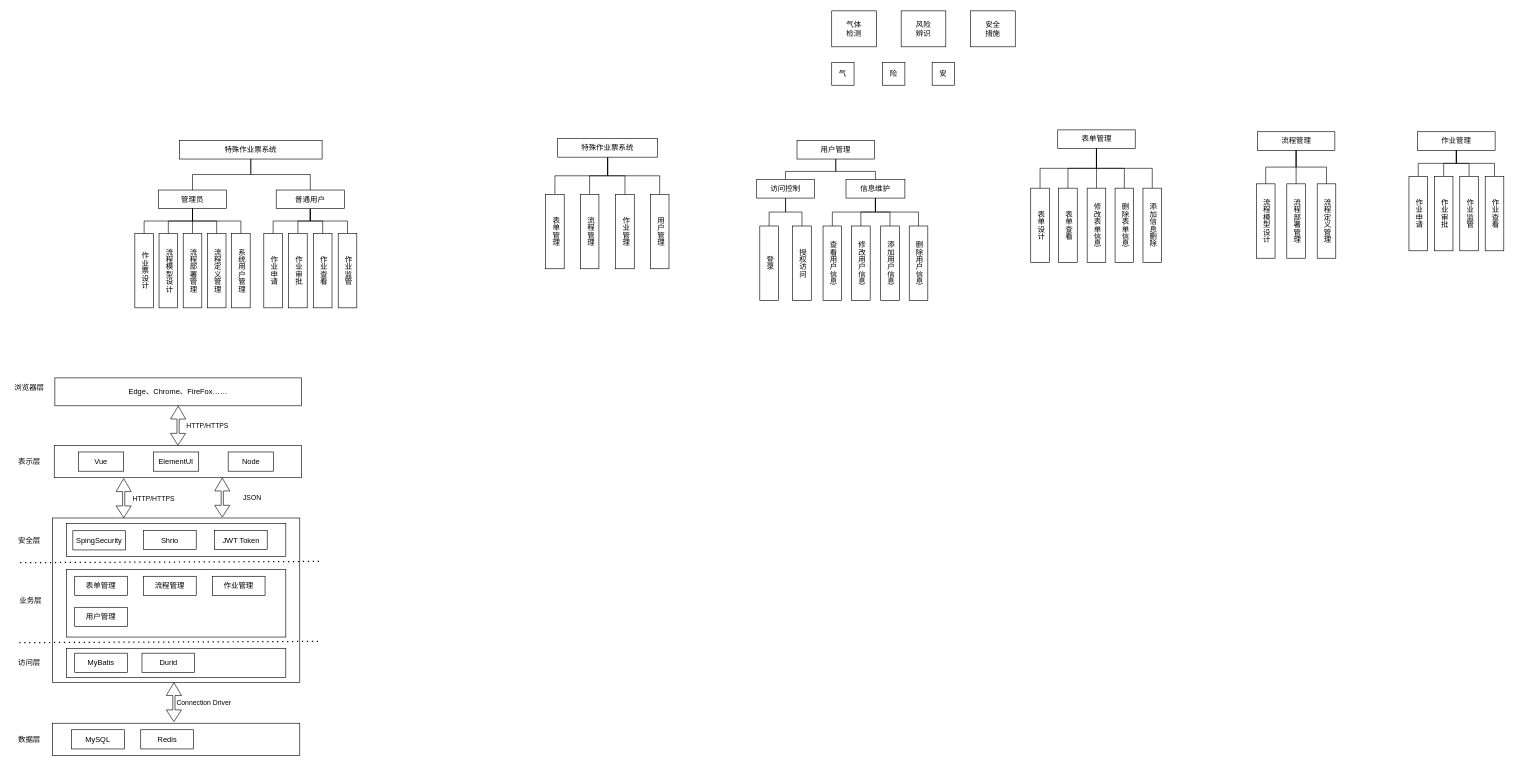
This is 毕设.drawio from linf04/draw.io, a draw.io file, before an edit. Source tidied: cells renumbered, new cells numbered last; positions are measured from the earlier drawing's top-left corner, leaving out a move shared by most shapes. Both pictures are drawn from the tidied source at 62%, with x=0, y=0 at pixel (11, 11).
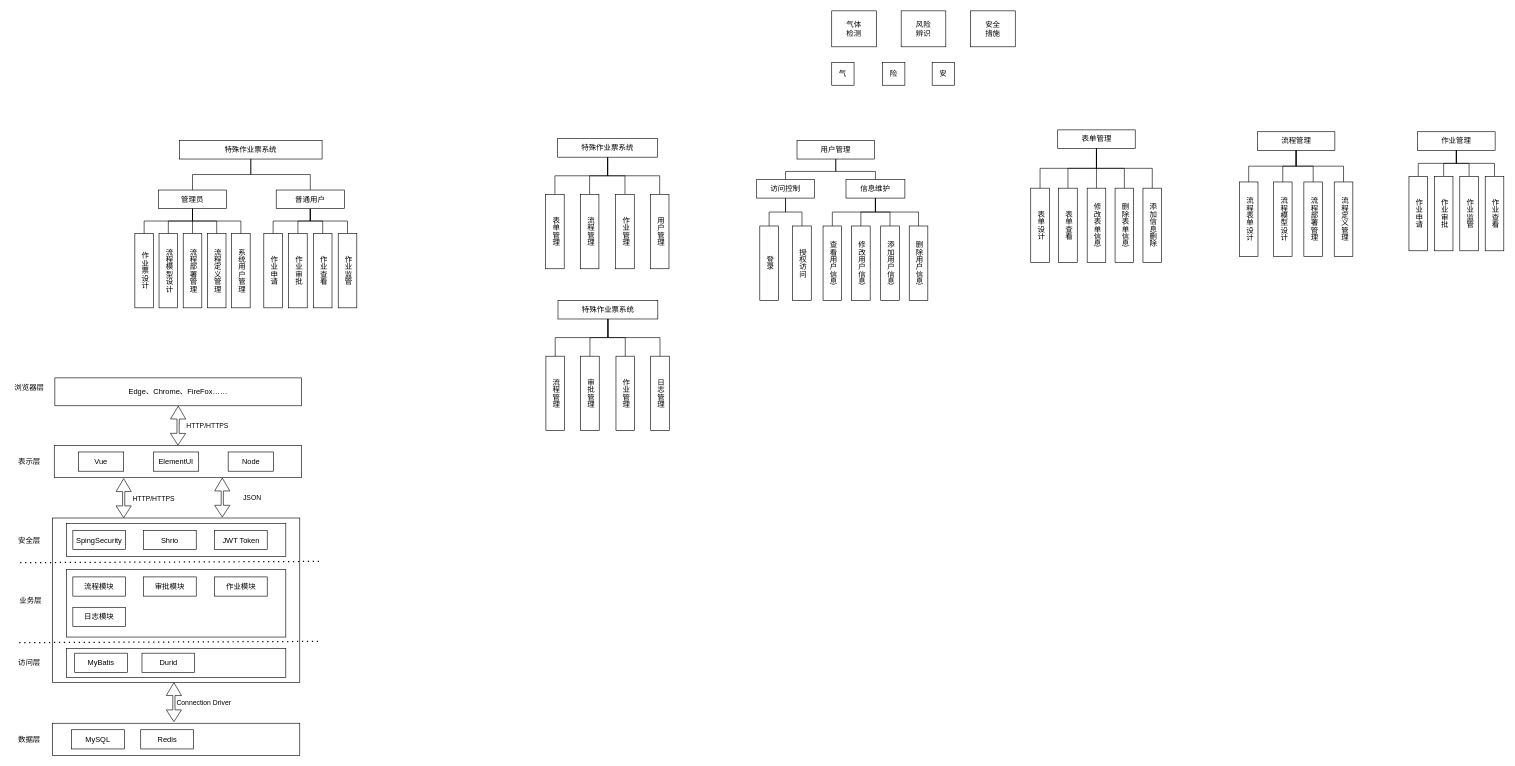
The same diagram, later.

Unchanged cells that the change refers to:
```xml
<mxCell id="99" value="流程管理" style="rounded=0;whiteSpace=wrap;html=1;" parent="1" vertex="1">
  <mxGeometry x="2010.5" y="195" width="125" height="30" as="geometry" />
</mxCell>
```

What changed in the source:
```diff
@@
     <mxCell id="37" value="SpingSecurity" style="rounded=0;whiteSpace=wrap;html=1;" parent="1" vertex="1">
-      <mxGeometry x="100" y="838.5" width="85" height="31" as="geometry" />
+      <mxGeometry x="100" y="838" width="85" height="31" as="geometry" />
     </mxCell>
@@
-    <mxCell id="44" value="表单管理" style="rounded=0;whiteSpace=wrap;html=1;" parent="1" vertex="1">
-      <mxGeometry x="103" y="912" width="85" height="31" as="geometry" />
-    </mxCell>
-    <mxCell id="45" value="流程管理" style="rounded=0;whiteSpace=wrap;html=1;" parent="1" vertex="1">
-      <mxGeometry x="214" y="912" width="85" height="31" as="geometry" />
+    <mxCell id="45" value="流程模块" style="rounded=0;whiteSpace=wrap;html=1;" parent="1" vertex="1">
+      <mxGeometry x="100" y="913" width="85" height="31" as="geometry" />
     </mxCell>
-    <mxCell id="46" value="作业管理" style="rounded=0;whiteSpace=wrap;html=1;" parent="1" vertex="1">
-      <mxGeometry x="325" y="912" width="85" height="31" as="geometry" />
-    </mxCell>
-    <mxCell id="47" value="用户管理" style="rounded=0;whiteSpace=wrap;html=1;" parent="1" vertex="1">
-      <mxGeometry x="103" y="962" width="85" height="31" as="geometry" />
-    </mxCell>
@@
+    <mxCell id="121" style="edgeStyle=orthogonalEdgeStyle;rounded=0;jettySize=auto;html=1;endArrow=none;startFill=0;exitX=0.5;exitY=1;exitDx=0;exitDy=0;" parent="1" edge="1" source="99" target="133">
+      <mxGeometry relative="1" as="geometry" />
+    </mxCell>
@@
     <mxCell id="101" value="流程模型设计" style="rounded=0;whiteSpace=wrap;verticalAlign=middle;textDirection=vertical-lr;labelPosition=center;verticalLabelPosition=middle;align=center;html=1;" parent="1" vertex="1">
-      <mxGeometry x="2009" y="279" width="30" height="120" as="geometry" />
+      <mxGeometry x="2036.5" y="276" width="30" height="120" as="geometry" />
     </mxCell>
@@
     <mxCell id="103" value="流程部署管理" style="rounded=0;whiteSpace=wrap;verticalAlign=middle;textDirection=vertical-lr;labelPosition=center;verticalLabelPosition=middle;align=center;html=1;" parent="1" vertex="1">
-      <mxGeometry x="2058" y="279" width="30" height="120" as="geometry" />
+      <mxGeometry x="2085.5" y="276" width="30" height="120" as="geometry" />
     </mxCell>
@@
     <mxCell id="105" value="流程定义管理" style="rounded=0;whiteSpace=wrap;verticalAlign=middle;textDirection=vertical-lr;labelPosition=center;verticalLabelPosition=middle;align=center;html=1;" parent="1" vertex="1">
-      <mxGeometry x="2107" y="279" width="30" height="120" as="geometry" />
+      <mxGeometry x="2134.5" y="276" width="30" height="120" as="geometry" />
     </mxCell>
@@
+    <mxCell id="122" value="审批模块" style="rounded=0;whiteSpace=wrap;html=1;" parent="1" vertex="1">
+      <mxGeometry x="214" y="913" width="85" height="31" as="geometry" />
+    </mxCell>
+    <mxCell id="123" value="作业模块" style="rounded=0;whiteSpace=wrap;html=1;" parent="1" vertex="1">
+      <mxGeometry x="328.5" y="913" width="85" height="31" as="geometry" />
+    </mxCell>
+    <mxCell id="124" value="日志模块" style="rounded=0;whiteSpace=wrap;html=1;" parent="1" vertex="1">
+      <mxGeometry x="100" y="962" width="85" height="31" as="geometry" />
+    </mxCell>
+    <mxCell id="125" style="edgeStyle=orthogonalEdgeStyle;rounded=0;jettySize=auto;html=1;exitX=0.5;exitY=1;exitDx=0;exitDy=0;entryX=0.5;entryY=0;entryDx=0;entryDy=0;endArrow=none;endFill=0;" parent="1" edge="1" source="129" target="130">
+      <mxGeometry relative="1" as="geometry" />
+    </mxCell>
+    <mxCell id="126" style="edgeStyle=orthogonalEdgeStyle;rounded=0;jettySize=auto;html=1;exitX=0.5;exitY=1;exitDx=0;exitDy=0;entryX=0.5;entryY=0;entryDx=0;entryDy=0;endArrow=none;endFill=0;" parent="1" edge="1" source="129" target="131">
+      <mxGeometry relative="1" as="geometry" />
+    </mxCell>
+    <mxCell id="127" style="edgeStyle=orthogonalEdgeStyle;rounded=0;jettySize=auto;html=1;exitX=0.5;exitY=1;exitDx=0;exitDy=0;entryX=0.5;entryY=0;entryDx=0;entryDy=0;endArrow=none;endFill=0;" parent="1" edge="1" source="129" target="46">
+      <mxGeometry relative="1" as="geometry" />
+    </mxCell>
+    <mxCell id="128" style="edgeStyle=orthogonalEdgeStyle;rounded=0;jettySize=auto;html=1;exitX=0.5;exitY=1;exitDx=0;exitDy=0;endArrow=none;endFill=0;" parent="1" edge="1" source="129" target="132">
+      <mxGeometry relative="1" as="geometry" />
+    </mxCell>
+    <mxCell id="129" value="特殊作业票系统" style="rounded=0;whiteSpace=wrap;html=1;" parent="1" vertex="1">
+      <mxGeometry x="882.5" y="467" width="161" height="30" as="geometry" />
+    </mxCell>
+    <mxCell id="130" value="流程管理" style="rounded=0;whiteSpace=wrap;verticalAlign=middle;textDirection=vertical-lr;labelPosition=center;verticalLabelPosition=middle;align=center;html=1;" parent="1" vertex="1">
+      <mxGeometry x="863" y="557" width="30" height="120" as="geometry" />
+    </mxCell>
+    <mxCell id="131" value="审批管理" style="rounded=0;whiteSpace=wrap;verticalAlign=middle;textDirection=vertical-lr;labelPosition=center;verticalLabelPosition=middle;align=center;html=1;" parent="1" vertex="1">
+      <mxGeometry x="919" y="557" width="30" height="120" as="geometry" />
+    </mxCell>
+    <mxCell id="46" value="作业管理" style="rounded=0;whiteSpace=wrap;verticalAlign=middle;textDirection=vertical-lr;labelPosition=center;verticalLabelPosition=middle;align=center;html=1;" parent="1" vertex="1">
+      <mxGeometry x="976" y="557" width="30" height="120" as="geometry" />
+    </mxCell>
+    <mxCell id="132" value="日志管理" style="rounded=0;whiteSpace=wrap;verticalAlign=middle;textDirection=vertical-lr;labelPosition=center;verticalLabelPosition=middle;align=center;html=1;" parent="1" vertex="1">
+      <mxGeometry x="1032" y="557" width="30" height="120" as="geometry" />
+    </mxCell>
+    <mxCell id="133" value="流程表单设计" style="rounded=0;whiteSpace=wrap;verticalAlign=middle;textDirection=vertical-lr;labelPosition=center;verticalLabelPosition=middle;align=center;html=1;" parent="1" vertex="1">
+      <mxGeometry x="1981.5" y="276" width="30" height="120" as="geometry" />
+    </mxCell>
```
